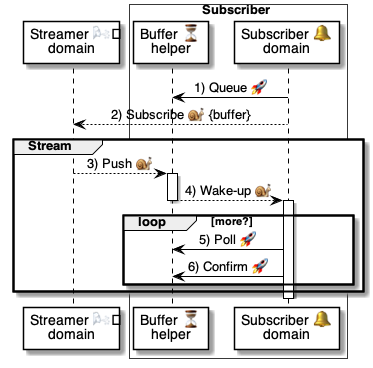
Before: 5 ⏩ Flows/78  🌬️⏩ Streamers/⚙️🌬️ Ingest.png, a diagram exported from PlantUML (pollyweb-org/pollyweb-docs). Its source is kept beside it as 5 ⏩ Flows/78  🌬️⏩ Streamers/⚙️🌬️ Ingest.puml.
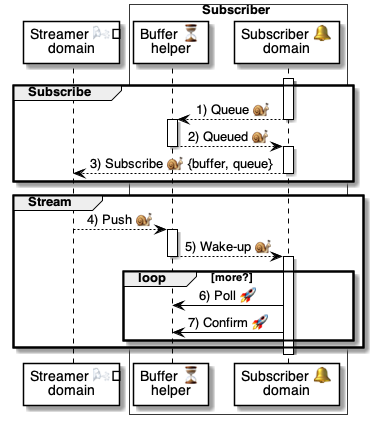
The same diagram one commit later.

The edit, as a diff of the source:
```diff
@@ -7,22 +7,35 @@
     participant "Subscriber 🔔\ndomain" as domain
 end box
 
-    domain -> buffer: 1) Queue 🚀
-    domain --> streamer: 2) Subscribe 🐌 {buffer}
+group Subscribe
+
+    activate domain
+        domain --> buffer: 1) Queue 🐌
+    deactivate domain
+
+    activate buffer
+        buffer --> domain: 2) Queued 🐌
+    deactivate buffer
+
+    activate domain
+        domain --> streamer: 3) Subscribe 🐌 {buffer, queue}
+    deactivate domain
+
+end group
 
 group Stream
 
-        streamer --> buffer: 3) Push 🐌
+        streamer --> buffer: 4) Push 🐌
 
     activate buffer
-        buffer --> domain: 4) Wake-up 🐌
+        buffer --> domain: 5) Wake-up 🐌
     deactivate buffer
 
     activate domain
 
         loop more?
-            domain -> buffer: 5) Poll 🚀
-            domain -> buffer: 6) Confirm 🚀
+            domain -> buffer: 6) Poll 🚀
+            domain -> buffer: 7) Confirm 🚀
         end loop
 
 
```
